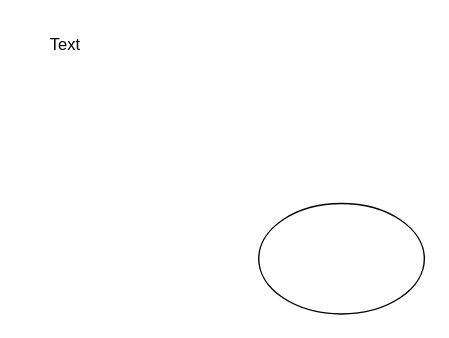
This is image/未命名绘图.drawio from Hongfei-G/ImageBed, a draw.io file, before an edit. Source tidied: cells renumbered, new cells numbered last; positions are measured from the earlier drawing's top-left corner, leaving out a move shared by most shapes. Both pictures are drawn from the tidied source at 138%, with x=0, y=0 at pixel (23, 23).
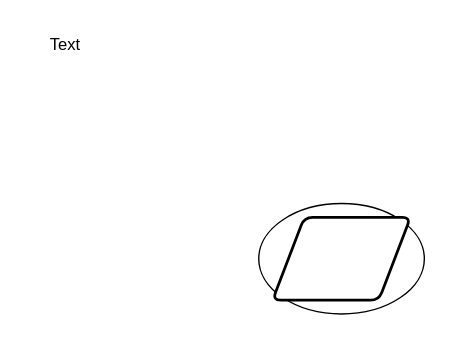
The same diagram, later.

Commit message:
啊倒萨大苏打

Diff of the diagram source:
```diff
@@
 <mxGraphModel>
   <root>
     <mxCell id="0" />
     <mxCell id="1" parent="0" />
     <mxCell id="2" value="Text" style="text;strokeColor=none;align=center;fillColor=none;html=1;verticalAlign=middle;whiteSpace=wrap;rounded=0;" parent="1" vertex="1">
       <mxGeometry width="60" height="30" as="geometry" />
     </mxCell>
     <mxCell id="3" style="ellipse;whiteSpace=wrap;html=1;" parent="1" vertex="1">
       <mxGeometry x="170" y="130" width="120" height="80" as="geometry" />
     </mxCell>
+    <mxCell id="4" style="shape=parallelogram;html=1;strokeWidth=2;perimeter=parallelogramPerimeter;whiteSpace=wrap;rounded=1;arcSize=12;size=0.23;" parent="1" vertex="1">
+      <mxGeometry x="180" y="140" width="100" height="60" as="geometry" />
+    </mxCell>
   </root>
 </mxGraphModel>
```
